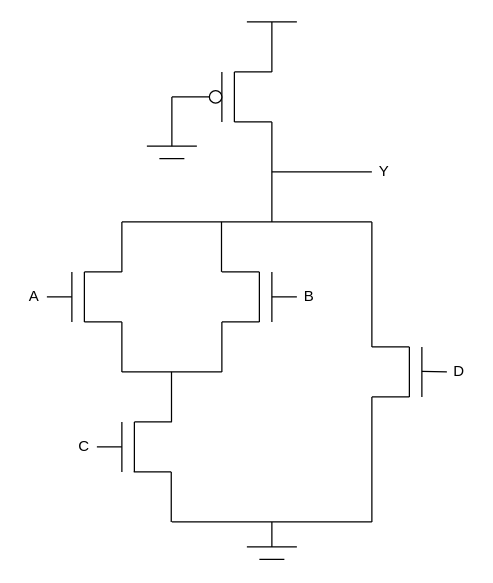
The draw.io diagram page "problem2_pseudo_nmos" (2 of 4) of 4/schematics.drawio in osowatzke/ECE507_HW, before the edit. Source tidied: cells renumbered, new cells numbered last; positions are measured from the earlier drawing's top-left corner, leaving out a move shared by most shapes. Both pictures are drawn from the tidied source at 125%, with x=0, y=0 at pixel (21, 21).
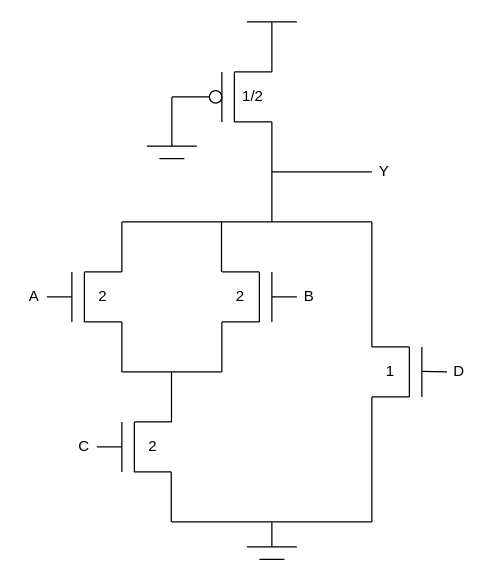
After the change.

Unchanged cells that the change refers to:
```xml
<mxCell id="11" style="group;rotation=-180;" parent="1" vertex="1">
  <mxGeometry x="160" y="200" width="40" height="40" as="geometry" />
</mxCell>
<mxCell id="38" style="group;rotation=-180;" parent="1" vertex="1">
  <mxGeometry x="280" y="260" width="40" height="40" as="geometry" />
</mxCell>
```

The edit, as a diff of the source:
```diff
@@
+    <mxCell id="59" value="2" style="text;html=1;align=center;verticalAlign=middle;whiteSpace=wrap;rounded=0;" parent="11" vertex="1">
+      <mxGeometry y="10" width="30" height="20" as="geometry" />
+    </mxCell>
@@
+    <mxCell id="60" value="1" style="text;html=1;align=center;verticalAlign=middle;whiteSpace=wrap;rounded=0;" parent="38" vertex="1">
+      <mxGeometry y="10" width="30" height="20" as="geometry" />
+    </mxCell>
@@
+    <mxCell id="61" value="1/2" style="text;html=1;align=center;verticalAlign=middle;whiteSpace=wrap;rounded=0;" parent="1" vertex="1">
+      <mxGeometry x="170" y="50" width="30" height="20" as="geometry" />
+    </mxCell>
+    <mxCell id="62" value="2" style="text;html=1;align=center;verticalAlign=middle;whiteSpace=wrap;rounded=0;" parent="1" vertex="1">
+      <mxGeometry x="50" y="210" width="30" height="20" as="geometry" />
+    </mxCell>
+    <mxCell id="63" value="2" style="text;html=1;align=center;verticalAlign=middle;whiteSpace=wrap;rounded=0;" parent="1" vertex="1">
+      <mxGeometry x="90" y="330" width="30" height="20" as="geometry" />
+    </mxCell>
```
